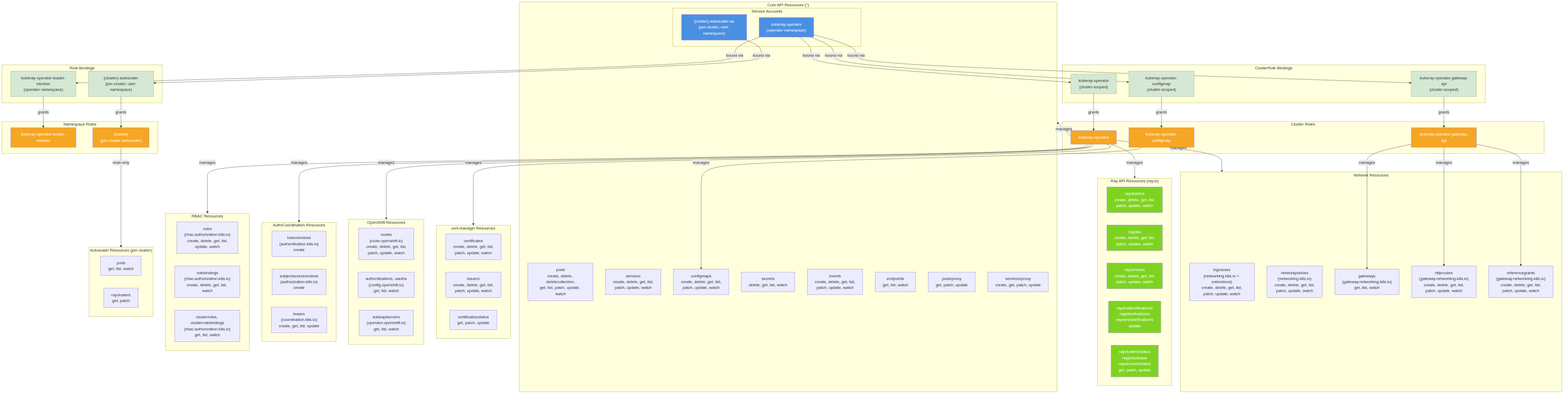
Earlier version of the Mermaid export architecture/rhoai.next/diagrams/kuberay-rbac.png (rhuss/architecture-context). Its source is kept beside it as architecture/rhoai.next/diagrams/kuberay-rbac.mmd.
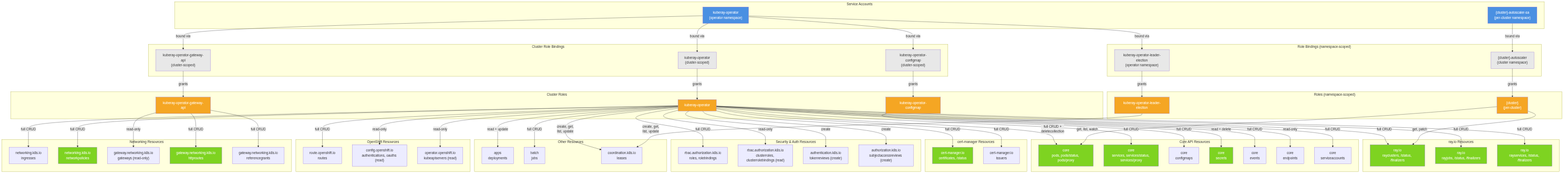
The same file after the commit.

The edit, as a diff of the source:
```diff
@@ -1,18 +1,18 @@
 graph TD
     subgraph ServiceAccounts["Service Accounts"]
         SA_Operator["kuberay-operator<br/>(operator namespace)"]
-        SA_Autoscaler["{cluster}-autoscaler-sa<br/>(per-cluster, user namespace)"]
+        SA_Autoscaler["{cluster}-autoscaler-sa<br/>(per-cluster namespace)"]
     end
 
-    subgraph ClusterRoleBindings["ClusterRole Bindings"]
+    subgraph ClusterRoleBindings["Cluster Role Bindings"]
         CRB_Main["kuberay-operator<br/>(cluster-scoped)"]
         CRB_Gateway["kuberay-operator-gateway-api<br/>(cluster-scoped)"]
         CRB_ConfigMap["kuberay-operator-configmap<br/>(cluster-scoped)"]
     end
 
-    subgraph RoleBindings["Role Bindings"]
+    subgraph RoleBindings["Role Bindings (namespace-scoped)"]
         RB_Leader["kuberay-operator-leader-election<br/>(operator namespace)"]
-        RB_Autoscaler["{cluster}-autoscaler<br/>(per-cluster, user namespace)"]
+        RB_Autoscaler["{cluster}-autoscaler<br/>(cluster namespace)"]
     end
 
     subgraph ClusterRoles["Cluster Roles"]
@@ -21,96 +21,105 @@
         CR_ConfigMap["kuberay-operator-configmap"]
     end
 
-    subgraph Roles["Namespace Roles"]
+    subgraph Roles["Roles (namespace-scoped)"]
         R_Leader["kuberay-operator-leader-election"]
-        R_Autoscaler["{cluster}<br/>(per-cluster autoscaler)"]
+        R_Autoscaler["{cluster}<br/>(per-cluster)"]
     end
 
-    subgraph CoreResources["Core API Resources ('')"]
-        Pods["pods<br/>create, delete, deletecollection,<br/>get, list, patch, update, watch"]
-        Services["services<br/>create, delete, get, list,<br/>patch, update, watch"]
-        ConfigMaps["configmaps<br/>create, delete, get, list,<br/>patch, update, watch"]
-        Secrets["secrets<br/>delete, get, list, watch"]
-        Events["events<br/>create, delete, get, list,<br/>patch, update, watch"]
-        ServiceAccounts["serviceaccounts<br/>create, delete, get, list,<br/>patch, update, watch"]
-        Endpoints["endpoints<br/>get, list, watch"]
-        PodsProxy["pods/proxy<br/>get, patch, update"]
-        ServicesProxy["services/proxy<br/>create, get, patch, update"]
+    subgraph CoreResources["Core API Resources"]
+        Pods["core<br/>pods, pods/status, pods/proxy"]
+        Services["core<br/>services, services/status, services/proxy"]
+        ConfigMaps["core<br/>configmaps"]
+        Secrets["core<br/>secrets"]
+        Events["core<br/>events"]
+        Endpoints["core<br/>endpoints"]
+        ServiceAccts["core<br/>serviceaccounts"]
     end
 
-    subgraph RayResources["Ray API Resources (ray.io)"]
-        RayClusters["rayclusters<br/>create, delete, get, list,<br/>patch, update, watch"]
-        RayJobs["rayjobs<br/>create, delete, get, list,<br/>patch, update, watch"]
-        RayServices["rayservices<br/>create, delete, get, list,<br/>patch, update, watch"]
-        RayFinalizers["rayclusters/finalizers<br/>rayjobs/finalizers<br/>rayservices/finalizers<br/>update"]
-        RayStatus["rayclusters/status<br/>rayjobs/status<br/>rayservices/status<br/>get, patch, update"]
+    subgraph RayResources["ray.io Resources"]
+        RayClusters["ray.io<br/>rayclusters, /status, /finalizers"]
+        RayJobs["ray.io<br/>rayjobs, /status, /finalizers"]
+        RayServices["ray.io<br/>rayservices, /status, /finalizers"]
     end
 
-    subgraph NetworkResources["Network Resources"]
-        Ingresses["ingresses<br/>(networking.k8s.io + extensions)<br/>create, delete, get, list,<br/>patch, update, watch"]
-        NetworkPolicies["networkpolicies<br/>(networking.k8s.io)<br/>create, delete, get, list,<br/>patch, update, watch"]
-        Gateways["gateways<br/>(gateway.networking.k8s.io)<br/>get, list, watch"]
-        HTTPRoutes["httproutes<br/>(gateway.networking.k8s.io)<br/>create, delete, get, list,<br/>patch, update, watch"]
-        RefGrants["referencegrants<br/>(gateway.networking.k8s.io)<br/>create, delete, get, list,<br/>patch, update, watch"]
+    subgraph NetworkResources["Networking Resources"]
+        Ingresses["networking.k8s.io<br/>ingresses"]
+        NetworkPolicies["networking.k8s.io<br/>networkpolicies"]
+        Gateways["gateway.networking.k8s.io<br/>gateways (read-only)"]
+        HTTPRoutes["gateway.networking.k8s.io<br/>httproutes"]
+        RefGrants["gateway.networking.k8s.io<br/>referencegrants"]
     end
 
-    subgraph CertResources["cert-manager Resources"]
-        Certificates["certificates<br/>create, delete, get, list,<br/>patch, update, watch"]
-        Issuers["issuers<br/>create, delete, get, list,<br/>patch, update, watch"]
-        CertStatus["certificates/status<br/>get, patch, update"]
+    subgraph SecurityResources["Security &amp; Auth Resources"]
+        RBACRoles["rbac.authorization.k8s.io<br/>roles, rolebindings"]
+        ClusterRBACRead["rbac.authorization.k8s.io<br/>clusterroles, clusterrolebindings (read)"]
+        TokenReviews["authentication.k8s.io<br/>tokenreviews (create)"]
+        SAR["authorization.k8s.io<br/>subjectaccessreviews (create)"]
+    end
+
+    subgraph CertManagerResources["cert-manager Resources"]
+        Certificates["cert-manager.io<br/>certificates, /status"]
+        Issuers["cert-manager.io<br/>issuers"]
     end
 
     subgraph OpenShiftResources["OpenShift Resources"]
-        Routes["routes<br/>(route.openshift.io)<br/>create, delete, get, list,<br/>patch, update, watch"]
-        AuthConfigs["authentications, oauths<br/>(config.openshift.io)<br/>get, list, watch"]
-        KubeAPIServers["kubeapiservers<br/>(operator.openshift.io)<br/>get, list, watch"]
+        Routes["route.openshift.io<br/>routes"]
+        AuthConfig["config.openshift.io<br/>authentications, oauths (read)"]
+        KubeAPIServer["operator.openshift.io<br/>kubeapiservers (read)"]
     end
 
-    subgraph AuthzResources["Auth/Coordination Resources"]
-        TokenReviews["tokenreviews<br/>(authentication.k8s.io)<br/>create"]
-        SAR["subjectaccessreviews<br/>(authorization.k8s.io)<br/>create"]
-        Leases["leases<br/>(coordination.k8s.io)<br/>create, get, list, update"]
+    subgraph OtherResources["Other Resources"]
+        Deployments["apps<br/>deployments"]
+        BatchJobs["batch<br/>jobs"]
+        Leases["coordination.k8s.io<br/>leases"]
     end
 
-    subgraph RBACResources["RBAC Resources"]
-        RolesRes["roles<br/>(rbac.authorization.k8s.io)<br/>create, delete, get, list,<br/>update, watch"]
-        RoleBindingsRes["rolebindings<br/>(rbac.authorization.k8s.io)<br/>create, delete, get, list, watch"]
-        ClusterRolesRead["clusterroles, clusterrolebindings<br/>(rbac.authorization.k8s.io)<br/>get, list, watch"]
-    end
+    SA_Operator -->|"bound via"| CRB_Main
+    SA_Operator -->|"bound via"| CRB_Gateway
+    SA_Operator -->|"bound via"| CRB_ConfigMap
+    SA_Operator -->|"bound via"| RB_Leader
+    SA_Autoscaler -->|"bound via"| RB_Autoscaler
 
-    subgraph AutoscalerResources["Autoscaler Resources (per-cluster)"]
-        AutoPods["pods<br/>get, list, watch"]
-        AutoRC["rayclusters<br/>get, patch"]
-    end
+    CRB_Main -->|"grants"| CR_Main
+    CRB_Gateway -->|"grants"| CR_Gateway
+    CRB_ConfigMap -->|"grants"| CR_ConfigMap
+    RB_Leader -->|"grants"| R_Leader
+    RB_Autoscaler -->|"grants"| R_Autoscaler
 
-    SA_Operator -->|bound via| CRB_Main
-    SA_Operator -->|bound via| CRB_Gateway
-    SA_Operator -->|bound via| CRB_ConfigMap
-    SA_Operator -->|bound via| RB_Leader
+    CR_Main -->|"full CRUD +<br/>deletecollection"| Pods
+    CR_Main -->|"full CRUD"| Services
+    CR_Main -->|"read + delete"| Secrets
+    CR_Main -->|"full CRUD"| Events
+    CR_Main -->|"read-only"| Endpoints
+    CR_Main -->|"full CRUD"| ServiceAccts
+    CR_Main -->|"full CRUD"| RayClusters
+    CR_Main -->|"full CRUD"| RayJobs
+    CR_Main -->|"full CRUD"| RayServices
+    CR_Main -->|"full CRUD"| Ingresses
+    CR_Main -->|"full CRUD"| NetworkPolicies
+    CR_Main -->|"full CRUD"| Certificates
+    CR_Main -->|"full CRUD"| Issuers
+    CR_Main -->|"full CRUD"| RBACRoles
+    CR_Main -->|"read-only"| ClusterRBACRead
+    CR_Main -->|"create"| TokenReviews
+    CR_Main -->|"create"| SAR
+    CR_Main -->|"full CRUD"| Routes
+    CR_Main -->|"read-only"| AuthConfig
+    CR_Main -->|"read-only"| KubeAPIServer
+    CR_Main -->|"read + update"| Deployments
+    CR_Main -->|"full CRUD"| BatchJobs
+    CR_Main -->|"create, get,<br/>list, update"| Leases
 
-    CRB_Main -->|grants| CR_Main
-    CRB_Gateway -->|grants| CR_Gateway
-    CRB_ConfigMap -->|grants| CR_ConfigMap
-    RB_Leader -->|grants| R_Leader
+    CR_Gateway -->|"read-only"| Gateways
+    CR_Gateway -->|"full CRUD"| HTTPRoutes
+    CR_Gateway -->|"full CRUD"| RefGrants
 
-    SA_Autoscaler -->|bound via| RB_Autoscaler
-    RB_Autoscaler -->|grants| R_Autoscaler
+    CR_ConfigMap -->|"full CRUD"| ConfigMaps
 
-    CR_Main -->|manages| CoreResources
-    CR_Main -->|manages| RayResources
-    CR_Main -->|manages| NetworkResources
-    CR_Main -->|manages| CertResources
-    CR_Main -->|manages| OpenShiftResources
-    CR_Main -->|manages| AuthzResources
-    CR_Main -->|manages| RBACResources
+    R_Leader -->|"create, get,<br/>list, update"| Leases
 
-    CR_Gateway -->|manages| Gateways
-    CR_Gateway -->|manages| HTTPRoutes
-    CR_Gateway -->|manages| RefGrants
-
-    CR_ConfigMap -->|manages| ConfigMaps
-
-    R_Autoscaler -->|read-only| AutoscalerResources
+    R_Autoscaler -->|"get, list, watch"| Pods
+    R_Autoscaler -->|"get, patch"| RayClusters
 
     style SA_Operator fill:#4a90e2,color:#fff
     style SA_Autoscaler fill:#4a90e2,color:#fff
@@ -119,13 +128,17 @@
     style CR_ConfigMap fill:#f5a623,color:#fff
     style R_Leader fill:#f5a623,color:#fff
     style R_Autoscaler fill:#f5a623,color:#fff
-    style CRB_Main fill:#d5e8d4,stroke:#82b366
-    style CRB_Gateway fill:#d5e8d4,stroke:#82b366
-    style CRB_ConfigMap fill:#d5e8d4,stroke:#82b366
-    style RB_Leader fill:#d5e8d4,stroke:#82b366
-    style RB_Autoscaler fill:#d5e8d4,stroke:#82b366
+    style CRB_Main fill:#e8e8e8
+    style CRB_Gateway fill:#e8e8e8
+    style CRB_ConfigMap fill:#e8e8e8
+    style RB_Leader fill:#e8e8e8
+    style RB_Autoscaler fill:#e8e8e8
     style RayClusters fill:#7ed321,color:#fff
     style RayJobs fill:#7ed321,color:#fff
     style RayServices fill:#7ed321,color:#fff
-    style RayFinalizers fill:#7ed321,color:#fff
-    style RayStatus fill:#7ed321,color:#fff
+    style Pods fill:#7ed321,color:#fff
+    style Services fill:#7ed321,color:#fff
+    style Secrets fill:#7ed321,color:#fff
+    style HTTPRoutes fill:#7ed321,color:#fff
+    style NetworkPolicies fill:#7ed321,color:#fff
+    style Certificates fill:#7ed321,color:#fff
```
